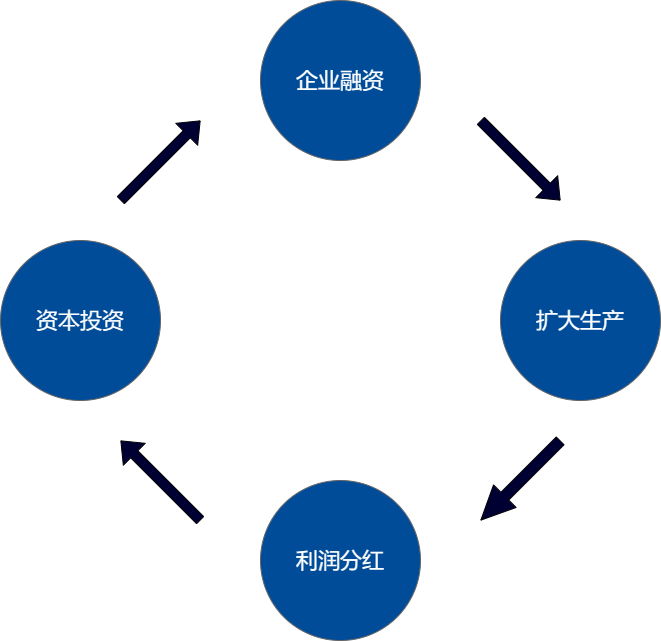
This is trade1.drawio.png from dongshanxiao/FlowCharts, a draw.io export, as it was before one commit. Source tidied: cells renumbered, new cells last; positions are measured from the earlier drawing's top-left corner, leaving out a move shared by most shapes.
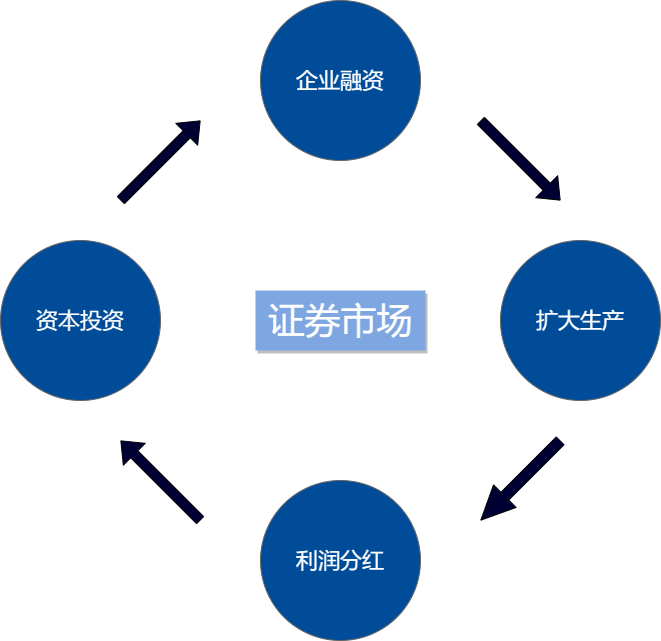
Above is the later version.

The edit, as a diff of the source:
```diff
@@ -44,7 +44,7 @@
         <mxPoint x="120" y="440" as="targetPoint" />
       </mxGeometry>
     </mxCell>
-    <mxCell id="10" value="&lt;font color=&quot;#ffffff&quot; style=&quot;font-size: 36px;&quot;&gt;证券市场&lt;/font&gt;" style="text;html=1;align=center;verticalAlign=middle;strokeColor=none;fillColor=none;" parent="1" vertex="1">
+    <mxCell id="10" value="&lt;font color=&quot;#ffffff&quot; style=&quot;font-size: 36px;&quot;&gt;证券市场&lt;/font&gt;" style="text;html=1;align=center;verticalAlign=middle;strokeColor=none;fillColor=#7EA6E0;shadow=1;" parent="1" vertex="1">
       <mxGeometry x="255" y="290" width="170" height="60" as="geometry" />
     </mxCell>
   </root>
```
